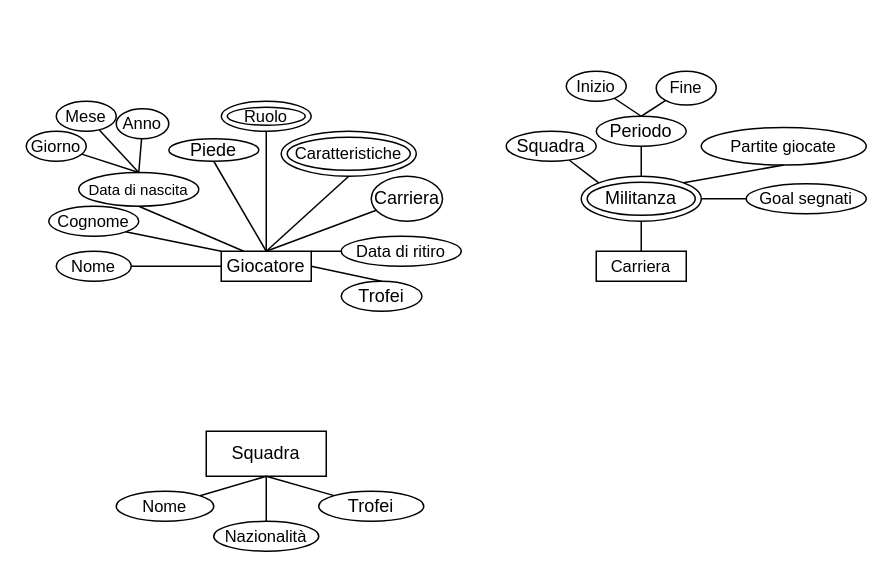
The draw.io diagram Diagramma ER progetto.drawio in xXAltair225Xx/OO-DB, before the edit. Source tidied: cells renumbered, new cells numbered last; positions are measured from the earlier drawing's top-left corner, leaving out a move shared by most shapes. Both pictures are drawn from the tidied source at 150%, with x=0, y=0 at pixel (26, 70).
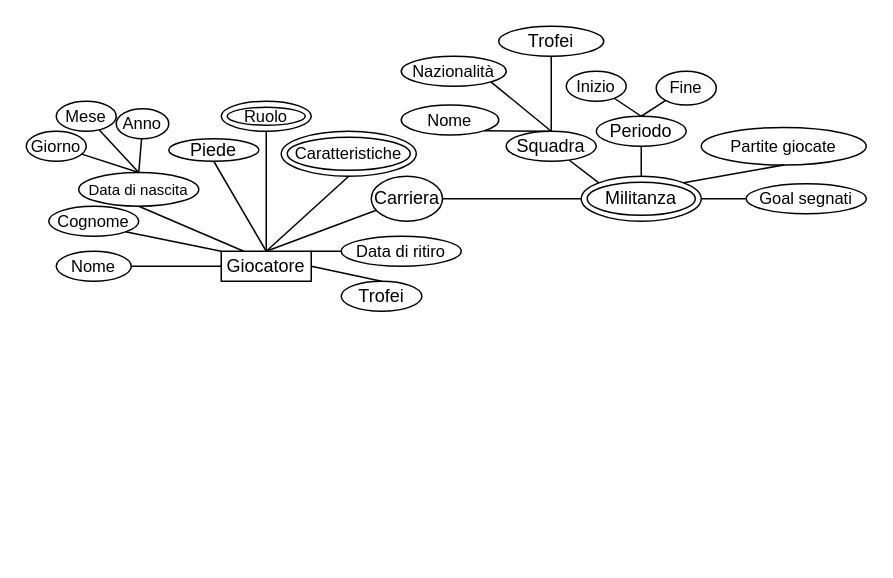
The same page after the edit.

The change refers to these unchanged cells:
```xml
<mxCell id="27" value="Militanza" style="ellipse;shape=doubleEllipse;whiteSpace=wrap;html=1;" parent="1" vertex="1">
  <mxGeometry x="370" y="70" width="80" height="30" as="geometry" />
</mxCell>
<mxCell id="30" value="Squadra" style="ellipse;whiteSpace=wrap;html=1;" parent="1" vertex="1">
  <mxGeometry x="320" y="40" width="60" height="20" as="geometry" />
</mxCell>
<mxCell id="42" value="Carriera" style="ellipse;whiteSpace=wrap;html=1;" parent="1" vertex="1">
  <mxGeometry x="230" y="70" width="47.5" height="30" as="geometry" />
</mxCell>
```

Change to the diagram source:
```diff
@@
-    <mxCell id="21" value="Squadra" style="rounded=0;whiteSpace=wrap;html=1;" parent="1" vertex="1">
-      <mxGeometry x="120" y="240" width="80" height="30" as="geometry" />
-    </mxCell>
-    <mxCell id="22" style="endArrow=none;html=1;rounded=0;exitX=0.5;exitY=1;exitDx=0;exitDy=0;" parent="1" edge="1" source="21" target="23">
-      <mxGeometry relative="1" as="geometry" />
-    </mxCell>
     <mxCell id="23" value="&lt;font style=&quot;font-size: 11px;&quot;&gt;Nome&lt;/font&gt;" style="ellipse;whiteSpace=wrap;html=1;" parent="1" vertex="1">
-      <mxGeometry x="60" y="280" width="65" height="20" as="geometry" />
+      <mxGeometry x="250" y="22.5" width="65" height="20" as="geometry" />
     </mxCell>
-    <mxCell id="24" style="endArrow=none;html=1;rounded=0;exitX=0.5;exitY=1;exitDx=0;exitDy=0;" parent="1" edge="1" source="21" target="25">
-      <mxGeometry relative="1" as="geometry" />
-    </mxCell>
     <mxCell id="25" value="&lt;font style=&quot;font-size: 11px;&quot;&gt;Nazionalità&lt;/font&gt;" style="ellipse;whiteSpace=wrap;html=1;" parent="1" vertex="1">
-      <mxGeometry x="125" y="300" width="70" height="20" as="geometry" />
+      <mxGeometry x="250" y="-10" width="70" height="20" as="geometry" />
     </mxCell>
-    <mxCell id="26" value="&lt;font style=&quot;font-size: 11px;&quot;&gt;Carriera&lt;/font&gt;" style="rounded=0;whiteSpace=wrap;html=1;" parent="1" vertex="1">
-      <mxGeometry x="380" y="120" width="60" height="20" as="geometry" />
-    </mxCell>
@@
-    <mxCell id="28" style="endArrow=none;html=1;rounded=0;entryX=0.5;entryY=1;entryDx=0;entryDy=0;exitX=0.5;exitY=0;exitDx=0;exitDy=0;" parent="1" edge="1" source="26" target="27">
+    <mxCell id="28" style="endArrow=none;html=1;rounded=0;entryX=0;entryY=0.5;entryDx=0;entryDy=0;exitX=1;exitY=0.5;exitDx=0;exitDy=0;" parent="1" edge="1" source="42" target="27">
       <mxGeometry relative="1" as="geometry" />
     </mxCell>
@@
     <mxCell id="45" value="Trofei" style="ellipse;whiteSpace=wrap;html=1;" parent="1" vertex="1">
-      <mxGeometry x="195" y="280" width="70" height="20" as="geometry" />
+      <mxGeometry x="315" y="-30" width="70" height="20" as="geometry" />
     </mxCell>
-    <mxCell id="46" style="endArrow=none;html=1;rounded=0;exitX=0.5;exitY=1;exitDx=0;exitDy=0;entryX=0;entryY=0;entryDx=0;entryDy=0;" parent="1" edge="1" source="21" target="45">
-      <mxGeometry relative="1" as="geometry" />
-    </mxCell>
@@
+    <mxCell id="49" style="endArrow=none;html=1;rounded=0;entryX=0.5;entryY=1;entryDx=0;entryDy=0;exitX=0.5;exitY=0;exitDx=0;exitDy=0;" parent="1" edge="1" source="30" target="45">
+      <mxGeometry relative="1" as="geometry" />
+    </mxCell>
+    <mxCell id="50" style="endArrow=none;html=1;rounded=0;entryX=1;entryY=1;entryDx=0;entryDy=0;exitX=0.5;exitY=0;exitDx=0;exitDy=0;" parent="1" edge="1" source="30" target="25">
+      <mxGeometry relative="1" as="geometry" />
+    </mxCell>
+    <mxCell id="51" style="endArrow=none;html=1;rounded=0;entryX=1;entryY=1;entryDx=0;entryDy=0;exitX=0.5;exitY=0;exitDx=0;exitDy=0;" parent="1" edge="1" source="30" target="23">
+      <mxGeometry relative="1" as="geometry" />
+    </mxCell>
```
